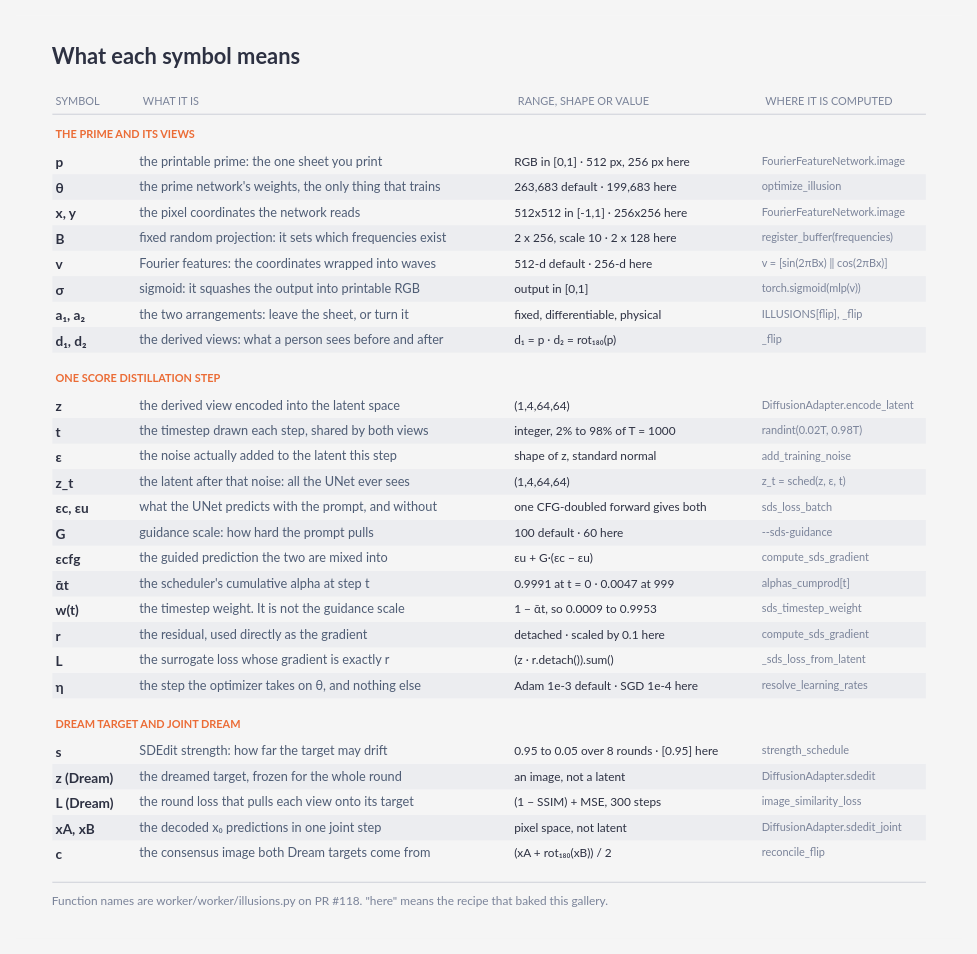
Before: docs/figures/symbols.drawio in Portocolom-Studio/potocolom, a draw.io diagram. Source tidied: cells renumbered, new cells numbered last; positions are measured from the earlier drawing's top-left corner, leaving out a move shared by most shapes. Both pictures are drawn from the tidied source at 91%, with x=0, y=0 at pixel (15, 15).
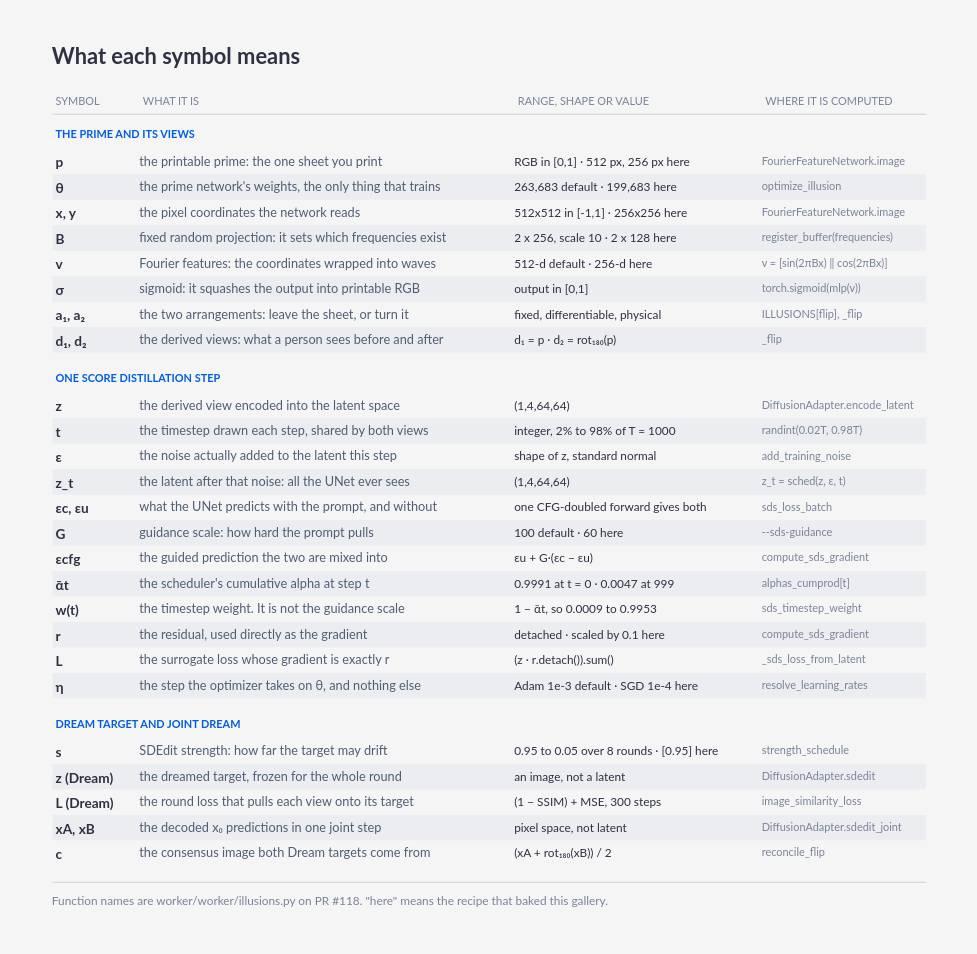
After the change.

What changed in the source:
```diff
@@
-    <mxCell id="9" value="THE PRIME AND ITS VIEWS" style="text;html=1;whiteSpace=wrap;fontFamily=Lato;fontSize=12;fontColor=#eb6c36;fontStyle=1;align=left;verticalAlign=middle;spacing=0;" parent="1" vertex="1">
+    <mxCell id="9" value="THE PRIME AND ITS VIEWS" style="text;html=1;whiteSpace=wrap;fontFamily=Lato;fontSize=12;fontColor=#005ee3;fontStyle=1;align=left;verticalAlign=middle;spacing=0;" parent="1" vertex="1">
       <mxGeometry x="44" y="120" width="600" height="22" as="geometry" />
     </mxCell>
@@
-    <mxCell id="46" value="ONE SCORE DISTILLATION STEP" style="text;html=1;whiteSpace=wrap;fontFamily=Lato;fontSize=12;fontColor=#eb6c36;fontStyle=1;align=left;verticalAlign=middle;spacing=0;" parent="1" vertex="1">
+    <mxCell id="46" value="ONE SCORE DISTILLATION STEP" style="text;html=1;whiteSpace=wrap;fontFamily=Lato;fontSize=12;fontColor=#005ee3;fontStyle=1;align=left;verticalAlign=middle;spacing=0;" parent="1" vertex="1">
       <mxGeometry x="44" y="388" width="600" height="22" as="geometry" />
     </mxCell>
@@
-    <mxCell id="101" value="DREAM TARGET AND JOINT DREAM" style="text;html=1;whiteSpace=wrap;fontFamily=Lato;fontSize=12;fontColor=#eb6c36;fontStyle=1;align=left;verticalAlign=middle;spacing=0;" parent="1" vertex="1">
+    <mxCell id="101" value="DREAM TARGET AND JOINT DREAM" style="text;html=1;whiteSpace=wrap;fontFamily=Lato;fontSize=12;fontColor=#005ee3;fontStyle=1;align=left;verticalAlign=middle;spacing=0;" parent="1" vertex="1">
       <mxGeometry x="44" y="768" width="600" height="22" as="geometry" />
     </mxCell>
```
